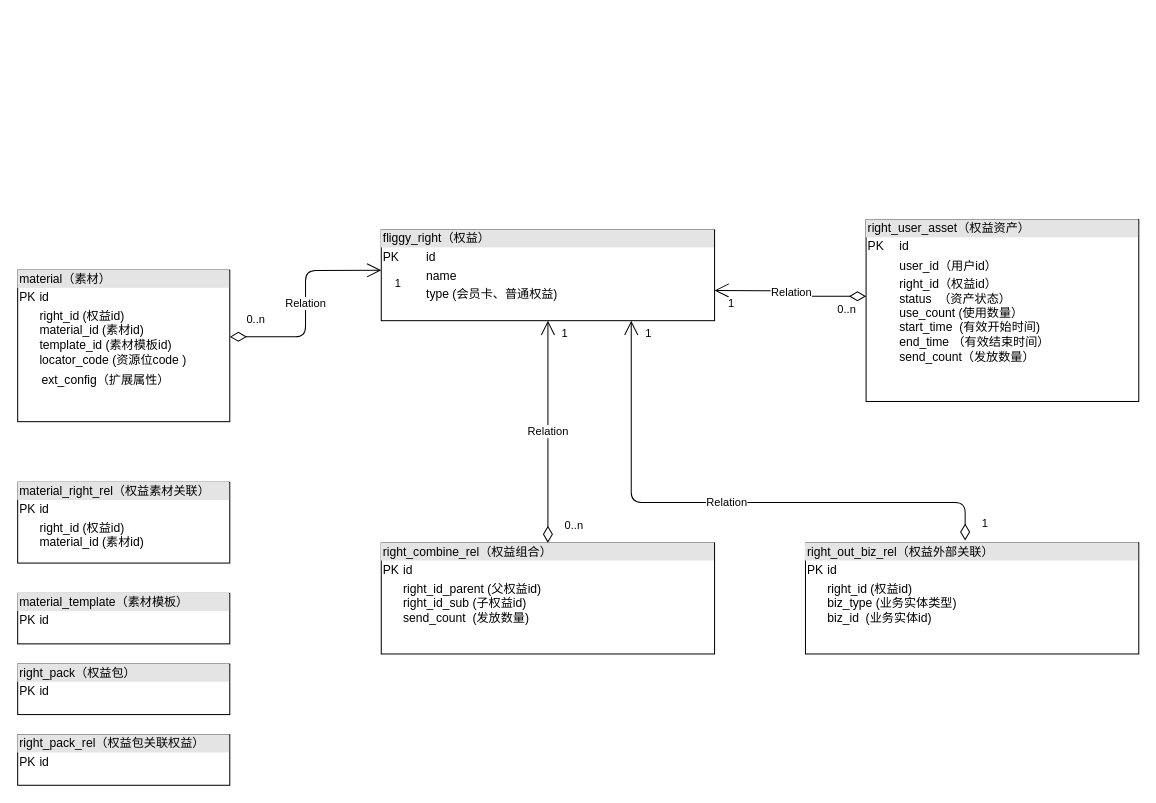
Above: page "会员卡创建" (1 of 4) of 付费权益.drawio in renqiuming/drawio (draw.io), before the change. Source tidied: cells renumbered, new cells numbered last; positions are measured from the earlier drawing's top-left corner, leaving out a move shared by most shapes. Both pictures are drawn from the tidied source at 101%, with x=0, y=0 at pixel (17, 219).
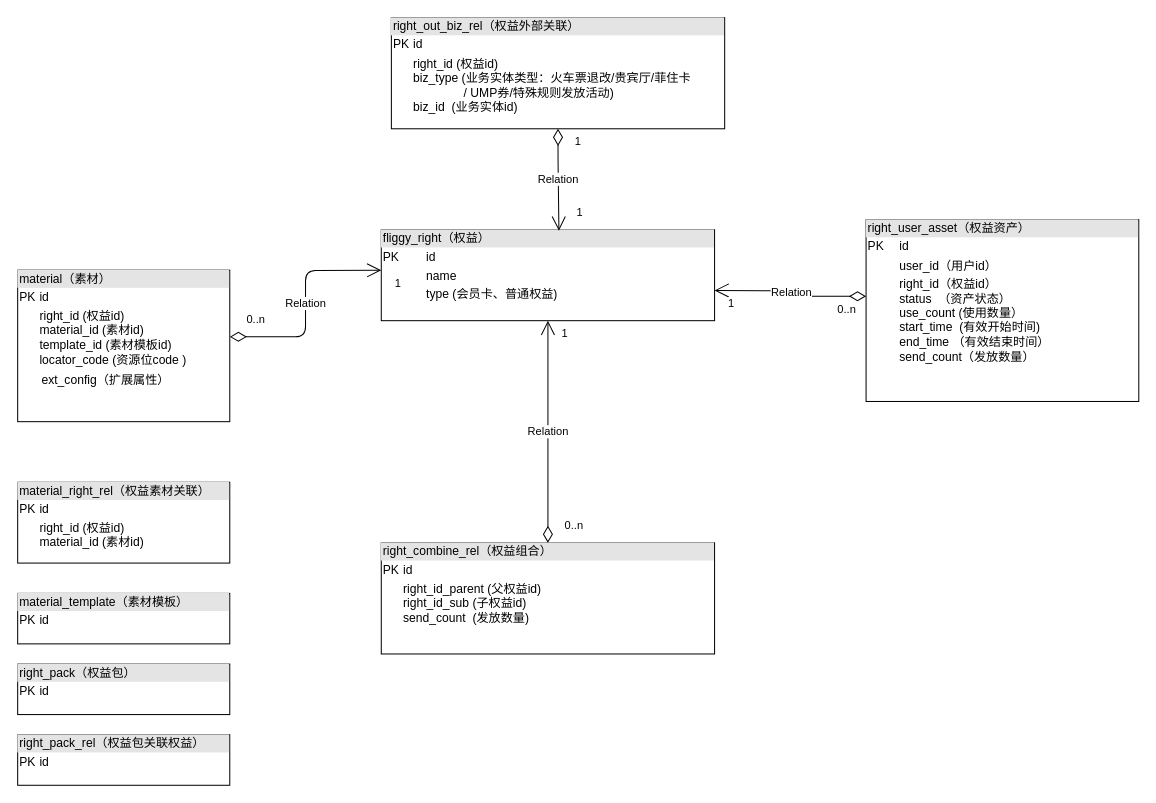
After the change.

Commit message:
更新付费权益.drawio

The change refers to these unchanged cells:
```xml
<mxCell id="2" value="&lt;div style=&quot;box-sizing: border-box ; width: 100% ; background: #e4e4e4 ; padding: 2px&quot;&gt;fliggy_right（权益）&lt;/div&gt;&lt;table style=&quot;width: 100% ; font-size: 1em&quot; cellpadding=&quot;2&quot; cellspacing=&quot;0&quot;&gt;&lt;tbody&gt;&lt;tr&gt;&lt;td&gt;PK&lt;/td&gt;&lt;td&gt;id&lt;/td&gt;&lt;/tr&gt;&lt;tr&gt;&lt;td&gt;&lt;br&gt;&lt;/td&gt;&lt;td&gt;name&lt;br&gt;&lt;/td&gt;&lt;/tr&gt;&lt;tr&gt;&lt;td&gt;&lt;/td&gt;&lt;td&gt;type (会员卡、普通权益)&lt;br&gt;&lt;br&gt;&lt;br&gt;&lt;br&gt;&lt;br&gt;&lt;br&gt;&lt;/td&gt;&lt;/tr&gt;&lt;/tbody&gt;&lt;/table&gt;" style="verticalAlign=top;align=left;overflow=fill;html=1;" parent="1" vertex="1">
  <mxGeometry x="360" y="10" width="330" height="90" as="geometry" />
</mxCell>
```

The edit, as a diff of the source:
```diff
@@
-    <mxCell id="13" value="&lt;div style=&quot;box-sizing: border-box ; width: 100% ; background: #e4e4e4 ; padding: 2px&quot;&gt;right_out_biz_rel（权益外部关联）&lt;/div&gt;&lt;table style=&quot;width: 100% ; font-size: 1em&quot; cellpadding=&quot;2&quot; cellspacing=&quot;0&quot;&gt;&lt;tbody&gt;&lt;tr&gt;&lt;td&gt;PK&lt;/td&gt;&lt;td&gt;id&lt;/td&gt;&lt;/tr&gt;&lt;tr&gt;&lt;td&gt;&lt;br&gt;&lt;/td&gt;&lt;td&gt;right_id (权益id)&lt;br&gt;biz_type&amp;nbsp;(业务实体类型)&lt;br&gt;biz_id&amp;nbsp; (业务实体id)&lt;br&gt;&lt;span style=&quot;color: rgb(89 , 89 , 89) ; font-family: , &amp;#34;consolas&amp;#34; , &amp;#34;liberation mono&amp;#34; , &amp;#34;menlo&amp;#34; , &amp;#34;courier&amp;#34; , monospace ; font-size: 13px ; letter-spacing: 0.7px ; background-color: rgb(249 , 249 , 249)&quot;&gt;&lt;br&gt;&lt;/span&gt;&lt;/td&gt;&lt;/tr&gt;&lt;tr&gt;&lt;td&gt;&lt;/td&gt;&lt;td&gt;&lt;table cellpadding=&quot;2&quot; cellspacing=&quot;0&quot; style=&quot;font-size: 1em ; width: 330px&quot;&gt;&lt;tbody&gt;&lt;tr&gt;&lt;td&gt;&lt;span style=&quot;color: rgb(89 , 89 , 89) ; font-family: , &amp;#34;consolas&amp;#34; , &amp;#34;liberation mono&amp;#34; , &amp;#34;menlo&amp;#34; , &amp;#34;courier&amp;#34; , monospace ; font-size: 13px ; letter-spacing: 0.7px ; background-color: rgb(249 , 249 , 249)&quot;&gt;&lt;br&gt;&lt;br&gt;&lt;/span&gt;&lt;/td&gt;&lt;/tr&gt;&lt;/tbody&gt;&lt;/table&gt;&lt;br&gt;&lt;br&gt;&lt;br&gt;&lt;br&gt;&lt;/td&gt;&lt;/tr&gt;&lt;/tbody&gt;&lt;/table&gt;" style="verticalAlign=top;align=left;overflow=fill;html=1;" parent="1" vertex="1">
-      <mxGeometry x="780" y="320" width="330" height="110" as="geometry" />
+    <mxCell id="13" value="&lt;div style=&quot;box-sizing: border-box ; width: 100% ; background: #e4e4e4 ; padding: 2px&quot;&gt;right_out_biz_rel（权益外部关联）&lt;/div&gt;&lt;table style=&quot;width: 100% ; font-size: 1em&quot; cellpadding=&quot;2&quot; cellspacing=&quot;0&quot;&gt;&lt;tbody&gt;&lt;tr&gt;&lt;td&gt;PK&lt;/td&gt;&lt;td&gt;id&lt;/td&gt;&lt;/tr&gt;&lt;tr&gt;&lt;td&gt;&lt;br&gt;&lt;/td&gt;&lt;td&gt;right_id (权益id)&lt;br&gt;biz_type&amp;nbsp;(业务实体类型：火车票退改/贵宾厅/菲住卡&lt;br&gt;&amp;nbsp; &amp;nbsp; &amp;nbsp; &amp;nbsp; &amp;nbsp; &amp;nbsp; &amp;nbsp; &amp;nbsp;/&amp;nbsp;UMP券/特殊规则发放活动)&lt;br&gt;biz_id&amp;nbsp; (业务实体id)&lt;br&gt;&lt;span style=&quot;color: rgb(89 , 89 , 89) ; font-family: , &amp;#34;consolas&amp;#34; , &amp;#34;liberation mono&amp;#34; , &amp;#34;menlo&amp;#34; , &amp;#34;courier&amp;#34; , monospace ; font-size: 13px ; letter-spacing: 0.7px ; background-color: rgb(249 , 249 , 249)&quot;&gt;&lt;br&gt;&lt;/span&gt;&lt;/td&gt;&lt;/tr&gt;&lt;tr&gt;&lt;td&gt;&lt;/td&gt;&lt;td&gt;&lt;table cellpadding=&quot;2&quot; cellspacing=&quot;0&quot; style=&quot;font-size: 1em ; width: 330px&quot;&gt;&lt;tbody&gt;&lt;tr&gt;&lt;td&gt;&lt;span style=&quot;color: rgb(89 , 89 , 89) ; font-family: , &amp;#34;consolas&amp;#34; , &amp;#34;liberation mono&amp;#34; , &amp;#34;menlo&amp;#34; , &amp;#34;courier&amp;#34; , monospace ; font-size: 13px ; letter-spacing: 0.7px ; background-color: rgb(249 , 249 , 249)&quot;&gt;&lt;br&gt;&lt;br&gt;&lt;/span&gt;&lt;/td&gt;&lt;/tr&gt;&lt;/tbody&gt;&lt;/table&gt;&lt;br&gt;&lt;br&gt;&lt;br&gt;&lt;br&gt;&lt;/td&gt;&lt;/tr&gt;&lt;/tbody&gt;&lt;/table&gt;" style="verticalAlign=top;align=left;overflow=fill;html=1;" parent="1" vertex="1">
+      <mxGeometry x="370" y="-200" width="330" height="110" as="geometry" />
     </mxCell>
-    <mxCell id="14" value="Relation" style="endArrow=open;html=1;endSize=12;startArrow=diamondThin;startSize=14;startFill=0;edgeStyle=orthogonalEdgeStyle;exitX=0.479;exitY=-0.021;exitDx=0;exitDy=0;exitPerimeter=0;entryX=0.75;entryY=1;entryDx=0;entryDy=0;" parent="1" edge="1" source="13" target="2">
+    <mxCell id="14" value="Relation" style="endArrow=open;html=1;endSize=12;startArrow=diamondThin;startSize=14;startFill=0;edgeStyle=orthogonalEdgeStyle;exitX=0.5;exitY=1;exitDx=0;exitDy=0;entryX=0.533;entryY=0.011;entryDx=0;entryDy=0;entryPerimeter=0;" parent="1" edge="1" source="13" target="2">
       <mxGeometry relative="1" as="geometry">
         <Array as="points">
-          <mxPoint x="938" y="280" />
-          <mxPoint x="608" y="280" />
+          <mxPoint x="535" y="-60" />
+          <mxPoint x="536" y="-60" />
         </Array>
       </mxGeometry>
     </mxCell>
     <mxCell id="15" value="1" style="edgeLabel;html=1;align=left;verticalAlign=top;" parent="14" vertex="1">
       <mxGeometry x="-1" relative="1" as="geometry">
-        <mxPoint x="15" y="-30" as="offset" />
+        <mxPoint x="15" as="offset" />
       </mxGeometry>
     </mxCell>
     <mxCell id="16" value="1" style="edgeLabel;html=1;align=right;verticalAlign=top;" parent="14" vertex="1">
       <mxGeometry x="1" relative="1" as="geometry">
-        <mxPoint x="20" as="offset" />
+        <mxPoint x="24.1" y="-31" as="offset" />
       </mxGeometry>
     </mxCell>
```
